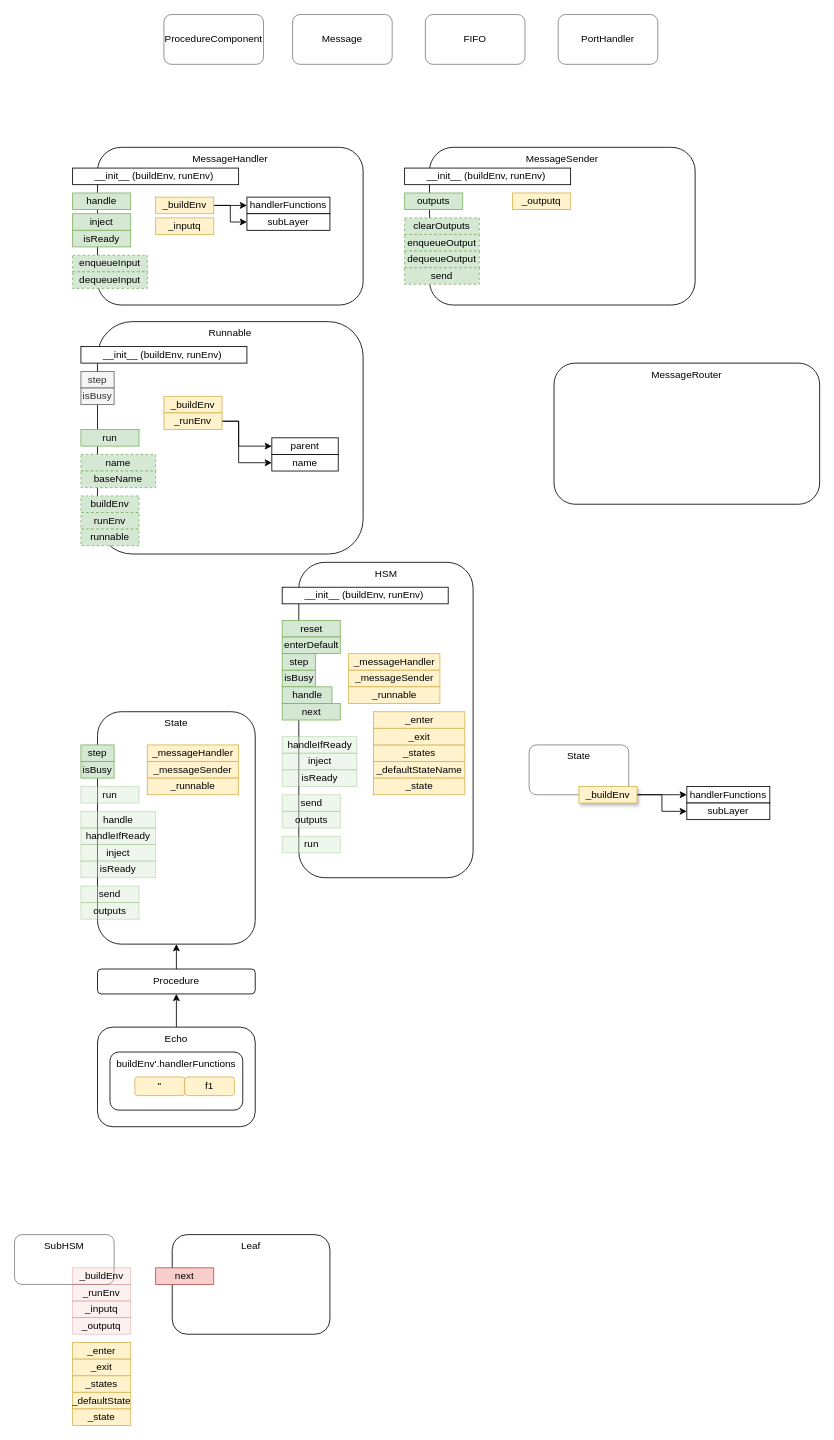
Before: page "(depr) Page-1" (1 of 3) of asc.drawio in guitarvydas/asc3, a draw.io diagram. Source tidied: cells renumbered, new cells numbered last; positions are measured from the earlier drawing's top-left corner, leaving out a move shared by most shapes. Both pictures are drawn from the tidied source at 83%, with x=0, y=0 at pixel (14, 14).
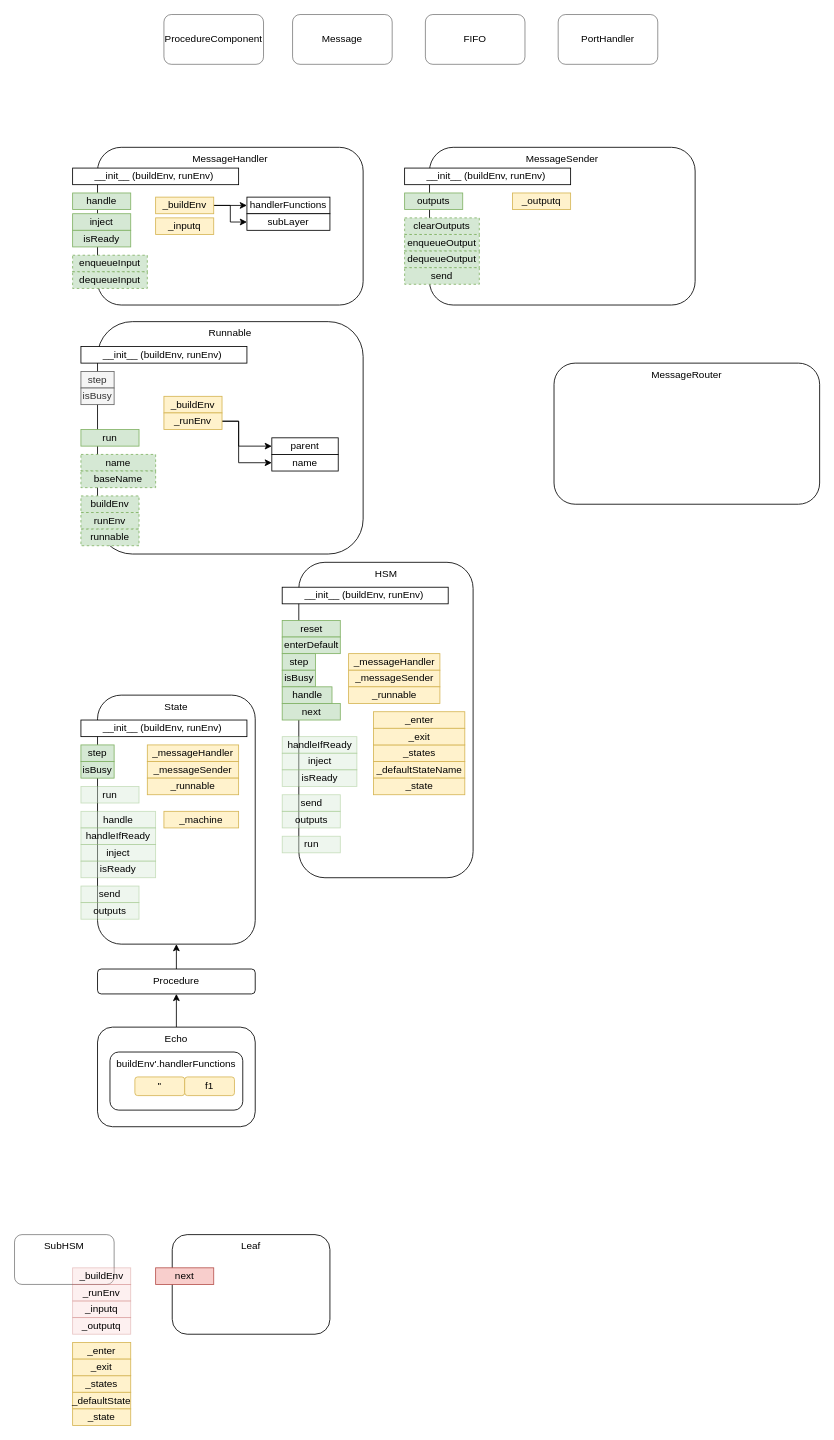
Above is the later version.

Change to the diagram source:
```diff
@@
     <mxCell id="30" value="State" style="rounded=1;whiteSpace=wrap;html=1;verticalAlign=top;" parent="1" vertex="1">
-      <mxGeometry x="100" y="840" width="190" height="280" as="geometry" />
+      <mxGeometry x="100" y="820" width="190" height="300" as="geometry" />
     </mxCell>
@@
-    <mxCell id="37" value="State" style="rounded=1;whiteSpace=wrap;html=1;opacity=50;align=center;verticalAlign=top;" parent="1" vertex="1">
-      <mxGeometry x="620" y="880" width="120" height="60" as="geometry" />
-    </mxCell>
@@
-    <mxCell id="51" style="edgeStyle=orthogonalEdgeStyle;rounded=0;jettySize=auto;html=1;exitX=1;exitY=0.5;exitDx=0;exitDy=0;entryX=0;entryY=0.5;entryDx=0;entryDy=0;" parent="1" edge="1" source="53" target="54">
-      <mxGeometry relative="1" as="geometry" />
-    </mxCell>
-    <mxCell id="52" style="edgeStyle=orthogonalEdgeStyle;rounded=0;jettySize=auto;html=1;exitX=1;exitY=0.5;exitDx=0;exitDy=0;entryX=0;entryY=0.5;entryDx=0;entryDy=0;" parent="1" edge="1" source="53" target="55">
-      <mxGeometry relative="1" as="geometry" />
-    </mxCell>
-    <mxCell id="53" value="_buildEnv" style="rounded=0;whiteSpace=wrap;html=1;verticalAlign=middle;align=center;fillColor=#fff2cc;strokeColor=#d6b656;shadow=1;" parent="1" vertex="1">
-      <mxGeometry x="680" y="930" width="70" height="20" as="geometry" />
-    </mxCell>
-    <mxCell id="54" value="handlerFunctions" style="rounded=0;whiteSpace=wrap;html=1;verticalAlign=middle;align=center;" parent="1" vertex="1">
-      <mxGeometry x="810" y="930" width="100" height="20" as="geometry" />
-    </mxCell>
-    <mxCell id="55" value="subLayer" style="rounded=0;whiteSpace=wrap;html=1;verticalAlign=middle;align=center;" parent="1" vertex="1">
-      <mxGeometry x="810" y="950" width="100" height="20" as="geometry" />
-    </mxCell>
@@
+    <mxCell id="104" value="__init__ (buildEnv, runEnv)&amp;nbsp;" style="rounded=0;whiteSpace=wrap;html=1;verticalAlign=middle;align=center;" parent="1" vertex="1">
+      <mxGeometry x="80" y="850" width="200" height="20" as="geometry" />
+    </mxCell>
+    <mxCell id="105" value="_machine" style="rounded=0;whiteSpace=wrap;html=1;verticalAlign=middle;align=center;fillColor=#fff2cc;strokeColor=#d6b656;" parent="1" vertex="1">
+      <mxGeometry x="180" y="960" width="90" height="20" as="geometry" />
+    </mxCell>
```
